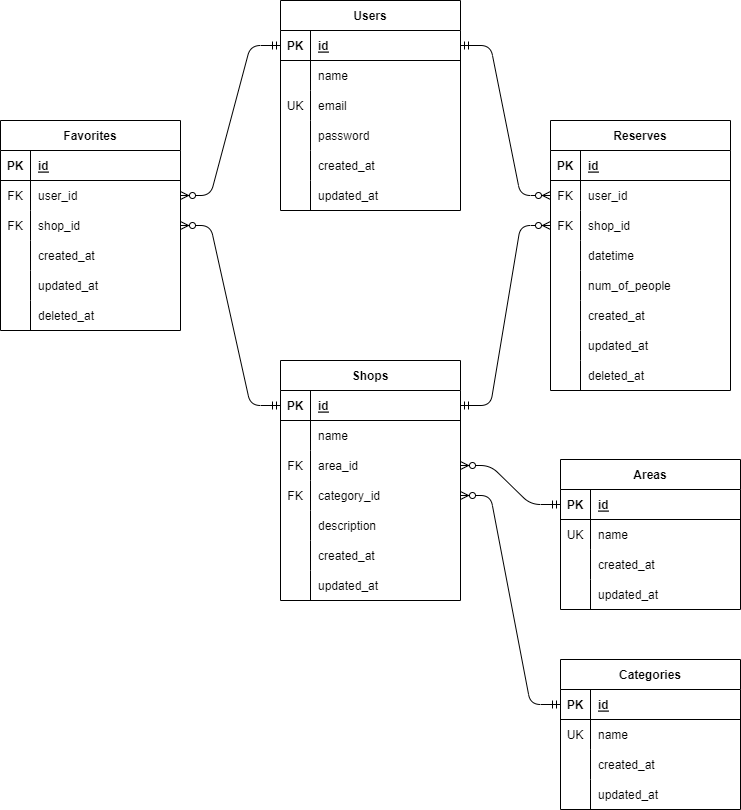
Above: img/ER.drawio.png in Karsy-Kura/advancedpj_kuramoto (draw.io), before the change. Source tidied: cells renumbered, new cells last; positions are measured from the earlier drawing's top-left corner, leaving out a move shared by most shapes.
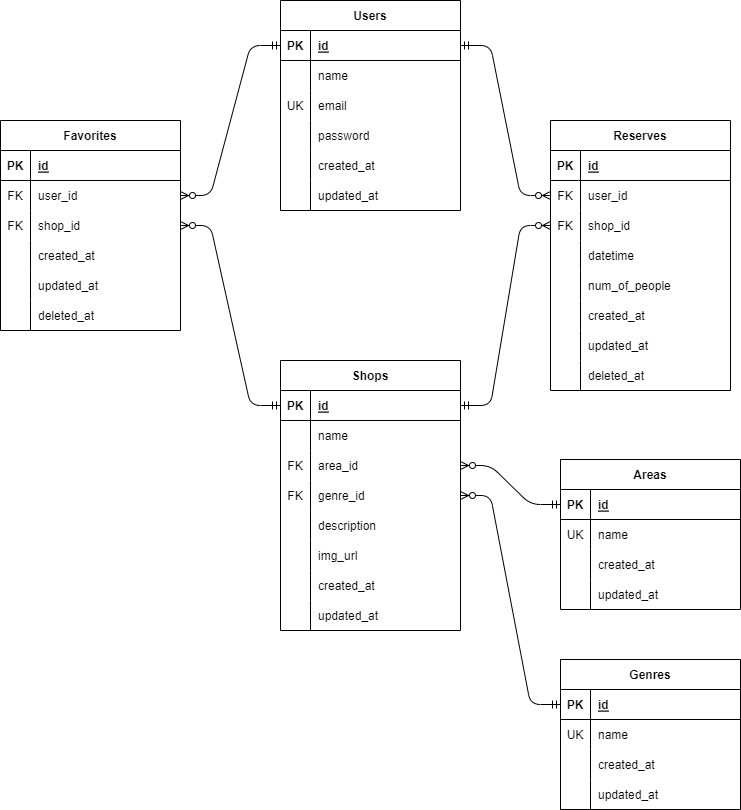
The same diagram one commit later.

Change to the diagram source:
```diff
@@ -60,7 +60,7 @@
       <mxGeometry x="30" width="150" height="30" as="geometry" />
     </mxCell>
     <mxCell id="21" value="Shops" style="shape=table;startSize=30;rowLines=0;fontStyle=1;align=center;" parent="1" vertex="1">
-      <mxGeometry x="280" y="360" width="180" height="240" as="geometry" />
+      <mxGeometry x="280" y="360" width="180" height="270" as="geometry" />
     </mxCell>
     <mxCell id="22" style="shape=tableRow;horizontal=0;startSize=0;swimlaneHead=0;swimlaneBody=0;fillColor=none;points=[[0,0.5],[1,0.5]];portConstraint=eastwest;top=0;left=0;right=0;bottom=1;" parent="21" vertex="1">
       <mxGeometry y="30" width="180" height="30" as="geometry" />
@@ -95,7 +95,7 @@
     <mxCell id="32" value="FK" style="shape=partialRectangle;fillColor=none;top=0;left=0;bottom=0;right=0;overflow=hidden;" parent="31" vertex="1">
       <mxGeometry width="30" height="30" as="geometry" />
     </mxCell>
-    <mxCell id="33" value="category_id" style="shape=partialRectangle;fillColor=none;top=0;left=0;bottom=0;right=0;align=left;spacingLeft=6;overflow=hidden;" parent="31" vertex="1">
+    <mxCell id="33" value="genre_id" style="shape=partialRectangle;fillColor=none;top=0;left=0;bottom=0;right=0;align=left;spacingLeft=6;overflow=hidden;" parent="31" vertex="1">
       <mxGeometry x="30" width="150" height="30" as="geometry" />
     </mxCell>
     <mxCell id="34" style="shape=tableRow;horizontal=0;startSize=0;swimlaneHead=0;swimlaneBody=0;fillColor=none;top=0;left=0;right=0;bottom=0;" parent="21" vertex="1">
@@ -107,8 +107,17 @@
     <mxCell id="36" value="description" style="shape=partialRectangle;fillColor=none;top=0;left=0;bottom=0;right=0;align=left;spacingLeft=6;overflow=hidden;" parent="34" vertex="1">
       <mxGeometry x="30" width="150" height="30" as="geometry" />
     </mxCell>
+    <mxCell id="119" style="shape=tableRow;horizontal=0;startSize=0;swimlaneHead=0;swimlaneBody=0;fillColor=none;top=0;left=0;right=0;bottom=0;" parent="21" vertex="1">
+      <mxGeometry y="180" width="180" height="30" as="geometry" />
+    </mxCell>
+    <mxCell id="120" style="shape=partialRectangle;fillColor=none;top=0;left=0;bottom=0;right=0;overflow=hidden;" parent="119" vertex="1">
+      <mxGeometry width="30" height="30" as="geometry" />
+    </mxCell>
+    <mxCell id="121" value="img_url" style="shape=partialRectangle;fillColor=none;top=0;left=0;bottom=0;right=0;align=left;spacingLeft=6;overflow=hidden;" parent="119" vertex="1">
+      <mxGeometry x="30" width="150" height="30" as="geometry" />
+    </mxCell>
     <mxCell id="37" style="shape=tableRow;horizontal=0;startSize=0;swimlaneHead=0;swimlaneBody=0;fillColor=none;top=0;left=0;right=0;bottom=0;" parent="21" vertex="1">
-      <mxGeometry y="180" width="180" height="30" as="geometry" />
+      <mxGeometry y="210" width="180" height="30" as="geometry" />
     </mxCell>
     <mxCell id="38" style="shape=partialRectangle;fillColor=none;top=0;left=0;bottom=0;right=0;overflow=hidden;" parent="37" vertex="1">
       <mxGeometry width="30" height="30" as="geometry" />
@@ -117,7 +126,7 @@
       <mxGeometry x="30" width="150" height="30" as="geometry" />
     </mxCell>
     <mxCell id="40" style="shape=tableRow;horizontal=0;startSize=0;swimlaneHead=0;swimlaneBody=0;fillColor=none;top=0;left=0;right=0;bottom=0;" parent="21" vertex="1">
-      <mxGeometry y="210" width="180" height="30" as="geometry" />
+      <mxGeometry y="240" width="180" height="30" as="geometry" />
     </mxCell>
     <mxCell id="41" style="shape=partialRectangle;fillColor=none;top=0;left=0;bottom=0;right=0;overflow=hidden;" parent="40" vertex="1">
       <mxGeometry width="30" height="30" as="geometry" />
@@ -296,7 +305,7 @@
     <mxCell id="99" value="updated_at" style="shape=partialRectangle;fillColor=none;top=0;left=0;bottom=0;right=0;align=left;spacingLeft=6;overflow=hidden;" parent="97" vertex="1">
       <mxGeometry x="30" width="150" height="30" as="geometry" />
     </mxCell>
-    <mxCell id="100" value="Categories" style="shape=table;startSize=30;rowLines=0;fontStyle=1;align=center;" parent="1" vertex="1">
+    <mxCell id="100" value="Genres" style="shape=table;startSize=30;rowLines=0;fontStyle=1;align=center;" parent="1" vertex="1">
       <mxGeometry x="560" y="659" width="180" height="150" as="geometry" />
     </mxCell>
     <mxCell id="101" style="shape=tableRow;horizontal=0;startSize=0;swimlaneHead=0;swimlaneBody=0;fillColor=none;points=[[0,0.5],[1,0.5]];portConstraint=eastwest;top=0;left=0;right=0;bottom=1;" parent="100" vertex="1">
```
